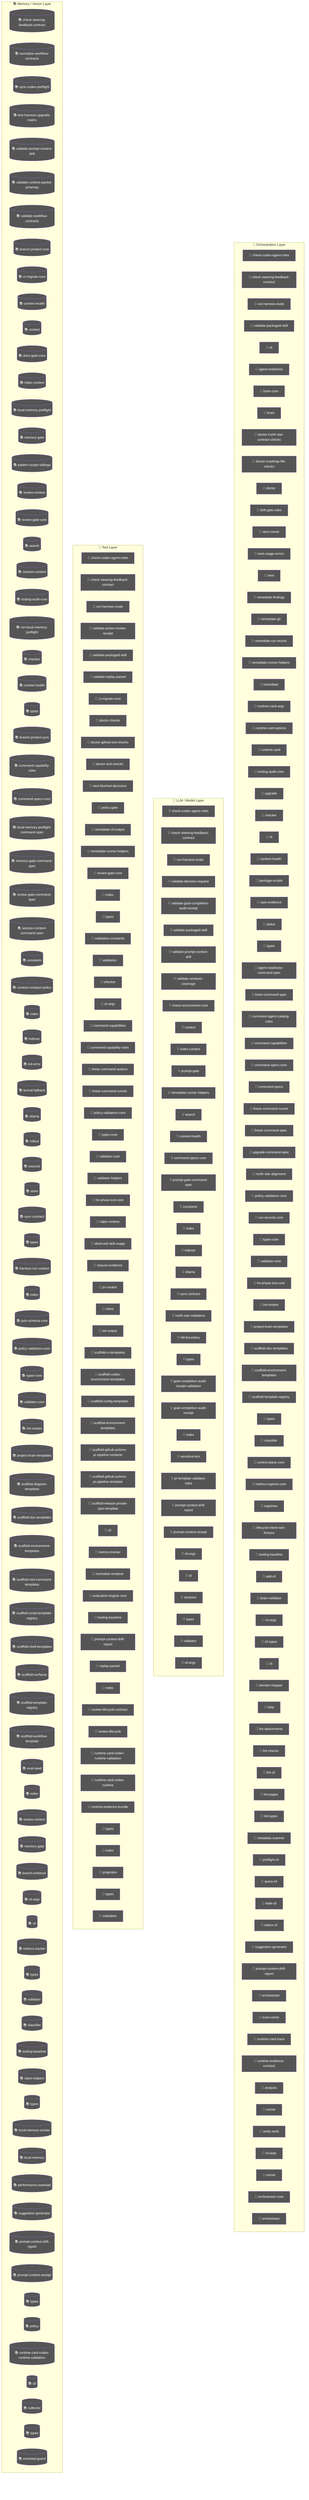
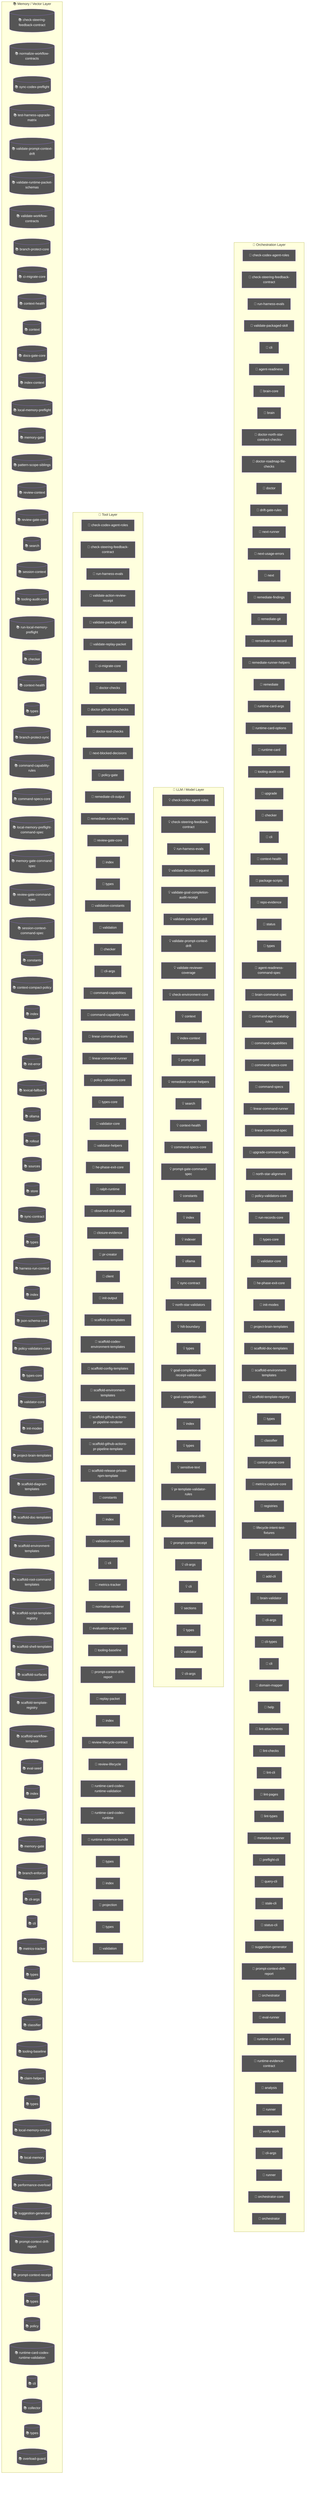
flowchart TD
  subgraph Orchestration["🎯 Orchestration Layer"]
    node_agent_mmd_orchestration_layer_orchestration_chec_7a9f0b64["🤖 check-codex-agent-roles"]
    node_agent_mmd_orchestration_layer_orchestration_chec_7fd47f5c["🤖 check-steering-feedback-contract"]
    node_agent_mmd_orchestration_layer_orchestration_run__18817957["🤖 run-harness-evals"]
    node_agent_mmd_orchestration_layer_orchestration_vali_c01b04be["🤖 validate-packaged-skill"]
    cli_99bb8840["🤖 cli"]
    agent_readiness_c82c68e6["🤖 agent-readiness"]
    brain_core_aa07c380["🤖 brain-core"]
    brain_bbbf7a64["🤖 brain"]
    doctor_north_star_contract_checks_0048124c["🤖 doctor-north-star-contract-checks"]
    doctor_roadmap_file_checks_14447b8e["🤖 doctor-roadmap-file-checks"]
    doctor_72f4be89["🤖 doctor"]
    drift_gate_rules_9685e72d["🤖 drift-gate-rules"]
    next_runner_41643472["🤖 next-runner"]
    next_usage_errors_837a345a["🤖 next-usage-errors"]
    next_c6c1c9a9["🤖 next"]
    remediate_findings_8b09c8c6["🤖 remediate-findings"]
    remediate_git_58c6f6f4["🤖 remediate-git"]
    remediate_run_record_9dfe5dc1["🤖 remediate-run-record"]
    node_agent_mmd_orchestration_layer_orchestration_reme_359fe98f["🤖 remediate-runner-helpers"]
    remediate_06b9c7fc["🤖 remediate"]
    runtime_card_args_2b3d4b28["🤖 runtime-card-args"]
    runtime_card_options_c9156ad5["🤖 runtime-card-options"]
    runtime_card_e06b53e1["🤖 runtime-card"]
    node_agent_mmd_orchestration_layer_orchestration_tool_acfe0c01["🤖 tooling-audit-core"]
    upgrade_7fef9479["🤖 upgrade"]
    node_agent_mmd_orchestration_layer_orchestration_chec_0550c395["🤖 checker"]
    cli_1_084e05fe["🤖 cli"]
    node_agent_mmd_orchestration_layer_orchestration_cont_61b3b9c9["🤖 context-health"]
    package_scripts_3ee6150f["🤖 package-scripts"]
    repo_evidence_38bb1de5["🤖 repo-evidence"]
    status_073c1634["🤖 status"]
    node_agent_mmd_orchestration_layer_orchestration_type_4f906dcc["🤖 types"]
    agent_readiness_command_spec_a30c2c1e["🤖 agent-readiness-command-spec"]
    brain_command_spec_15b122d5["🤖 brain-command-spec"]
    command_agent_catalog_rules_8e06b2af["🤖 command-agent-catalog-rules"]
    node_agent_mmd_orchestration_layer_orchestration_comm_6e41a7f7["🤖 command-capabilities"]
    node_agent_mmd_orchestration_layer_orchestration_comm_1f8cc24c["🤖 command-specs-core"]
    command_specs_69167c63["🤖 command-specs"]
    node_agent_mmd_orchestration_layer_orchestration_line_b67affd5["🤖 linear-command-runner"]
    linear_command_spec_1e12dd44["🤖 linear-command-spec"]
    upgrade_command_spec_03f6c7bd["🤖 upgrade-command-spec"]
    north_star_alignment_00440188["🤖 north-star-alignment"]
    node_agent_mmd_orchestration_layer_orchestration_poli_3270b55d["🤖 policy-validators-core"]
    run_records_core_89286dfa["🤖 run-records-core"]
    node_agent_mmd_orchestration_layer_orchestration_type_7cf81261["🤖 types-core"]
    node_agent_mmd_orchestration_layer_orchestration_vali_d9fe99e6["🤖 validator-core"]
    node_agent_mmd_orchestration_layer_orchestration_he_p_fc778c24["🤖 he-phase-exit-core"]
    node_agent_mmd_orchestration_layer_orchestration_init_2a9c3ecb["🤖 init-modes"]
    node_agent_mmd_orchestration_layer_orchestration_proj_6ab6f60f["🤖 project-brain-templates"]
    node_agent_mmd_orchestration_layer_orchestration_scaf_12cc07db["🤖 scaffold-doc-templates"]
    node_agent_mmd_orchestration_layer_orchestration_scaf_c9a90c2f["🤖 scaffold-environment-templates"]
    node_agent_mmd_orchestration_layer_orchestration_scaf_ff8f92f6["🤖 scaffold-template-registry"]
    types_15_86775c96["🤖 types"]
    node_agent_mmd_orchestration_layer_orchestration_clas_899b821a["🤖 classifier"]
    control_plane_core_db3b4cb2["🤖 control-plane-core"]
    metrics_capture_core_db4bf7cf["🤖 metrics-capture-core"]
    registries_06402afa["🤖 registries"]
    lifecycle_intent_test_fixtures_a53c7ada["🤖 lifecycle-intent-test-fixtures"]
    node_agent_mmd_orchestration_layer_orchestration_tool_cc43149f["🤖 tooling-baseline"]
    add_cli_7614de25["🤖 add-cli"]
    brain_validator_be251832["🤖 brain-validator"]
    cli_args_8_d546936e["🤖 cli-args"]
    cli_types_1686e858["🤖 cli-types"]
    cli_9_b54c1407["🤖 cli"]
    domain_mapper_cd9333d2["🤖 domain-mapper"]
    help_106a5842["🤖 help"]
    lint_attachments_873c0632["🤖 lint-attachments"]
    lint_checks_83522b19["🤖 lint-checks"]
    lint_cli_9ec62ec0["🤖 lint-cli"]
    lint_pages_e33301d0["🤖 lint-pages"]
    lint_types_2862c255["🤖 lint-types"]
    metadata_scanner_6a101b66["🤖 metadata-scanner"]
    preflight_cli_5d148379["🤖 preflight-cli"]
    query_cli_b95be64d["🤖 query-cli"]
    stale_cli_64548720["🤖 stale-cli"]
    status_cli_4c24a0d6["🤖 status-cli"]
    node_agent_mmd_orchestration_layer_orchestration_sugg_85c5ebe3["🤖 suggestion-generator"]
    node_agent_mmd_orchestration_layer_orchestration_prom_d17b4de2["🤖 prompt-context-drift-report"]
    orchestrator_11376b7e["🤖 orchestrator"]
    eval_runner_0966a6b3["🤖 eval-runner"]
    runtime_card_trace_64a5ca95["🤖 runtime-card-trace"]
    runtime_evidence_contract_0f7b15b2["🤖 runtime-evidence-contract"]
    analysis_f44e85c4["🤖 analysis"]
    runner_527aa9f4["🤖 runner"]
    verify_work_1_cd8e7ec3["🤖 verify-work"]
    cli_args_14_3481043e["🤖 cli-args"]
    runner_1_6f281bf8["🤖 runner"]
    orchestrator_core_d0678b53["🤖 orchestrator-core"]
    orchestrator_1_6b7137c5["🤖 orchestrator"]
  end
  subgraph LLMLayer["🧠 LLM / Model Layer"]
    node_agent_mmd_llm_model_layer_llmlayer_check_codex_a_29e7b7fa["💡 check-codex-agent-roles"]
    node_agent_mmd_llm_model_layer_llmlayer_check_steerin_0e1bf90d["💡 check-steering-feedback-contract"]
    node_agent_mmd_llm_model_layer_llmlayer_run_harness_e_603fcfdc["💡 run-harness-evals"]
    validate_decision_request_2e5c325e["💡 validate-decision-request"]
    validate_goal_completion_audit_receipt_100d252c["💡 validate-goal-completion-audit-receipt"]
    node_agent_mmd_llm_model_layer_llmlayer_validate_pack_2a12e1f4["💡 validate-packaged-skill"]
    node_agent_mmd_llm_model_layer_llmlayer_validate_prom_9880f764["💡 validate-prompt-context-drift"]
    validate_reviewer_coverage_251efee3["💡 validate-reviewer-coverage"]
    check_environment_core_2c16213f["💡 check-environment-core"]
    node_agent_mmd_llm_model_layer_llmlayer_context_conte_ad2dfbd9["💡 context"]
    node_agent_mmd_llm_model_layer_llmlayer_index_context_1041bd11["💡 index-context"]
    prompt_gate_c5e9d207["💡 prompt-gate"]
    node_agent_mmd_llm_model_layer_llmlayer_remediate_run_9e3d4585["💡 remediate-runner-helpers"]
    node_agent_mmd_llm_model_layer_llmlayer_search_search_66b9a911["💡 search"]
    node_agent_mmd_llm_model_layer_llmlayer_context_healt_cfc0bfa8["💡 context-health"]
    node_agent_mmd_llm_model_layer_llmlayer_command_specs_782af9fa["💡 command-specs-core"]
    prompt_gate_command_spec_9a941482["💡 prompt-gate-command-spec"]
    node_agent_mmd_llm_model_layer_llmlayer_constants_con_c9bd3f6c["💡 constants"]
    node_agent_mmd_llm_model_layer_llmlayer_index_index_1_02e160ff["💡 index"]
    node_agent_mmd_llm_model_layer_llmlayer_indexer_index_4f4deef5["💡 indexer"]
    node_agent_mmd_llm_model_layer_llmlayer_ollama_ollama_968b23fa["💡 ollama"]
    node_agent_mmd_llm_model_layer_llmlayer_sync_contract_9f3cc8c1["💡 sync-contract"]
    north_star_validators_cfc926ce["💡 north-star-validators"]
    hilt_boundary_9b36fb15["💡 hilt-boundary"]
    types_9_1db4641f["💡 types"]
    goal_completion_audit_receipt_validation_9d0f4891["💡 goal-completion-audit-receipt-validation"]
    goal_completion_audit_receipt_5e4939c3["💡 goal-completion-audit-receipt"]
    index_4_013aa0e3["💡 index"]
+     node_agent_mmd_llm_model_layer_llmlayer_constants_con_c9bd3f6c["💡 constants"]
+     types_16_0fae1112["💡 types"]
    sensitive_text_7c11f760["💡 sensitive-text"]
    pr_template_validator_rules_20a32d6b["💡 pr-template-validator-rules"]
    node_agent_mmd_llm_model_layer_llmlayer_index_index_1_02e160ff["💡 index"]
    node_agent_mmd_llm_model_layer_llmlayer_prompt_contex_81f9066a["💡 prompt-context-drift-report"]
    node_agent_mmd_llm_model_layer_llmlayer_index_index_1_02e160ff["💡 index"]
    node_agent_mmd_llm_model_layer_llmlayer_prompt_contex_6426acc2["💡 prompt-context-receipt"]
    cli_args_9_9c136878["💡 cli-args"]
    cli_10_35dc8cbd["💡 cli"]
    sections_4697ef32["💡 sections"]
-     types_25_89d086aa["💡 types"]
+     types_26_a5814179["💡 types"]
    validator_6_3688adbf["💡 validator"]
    cli_args_10_861cdd3f["💡 cli-args"]
  end
  subgraph ToolLayer["🔧 Tool Layer"]
    node_agent_mmd_tool_layer_toollayer_check_codex_agent_4b361d5a["🔧 check-codex-agent-roles"]
    node_agent_mmd_tool_layer_toollayer_check_steering_fe_eafecf3a["🔧 check-steering-feedback-contract"]
    node_agent_mmd_tool_layer_toollayer_run_harness_evals_e2ee24f1["🔧 run-harness-evals"]
    validate_action_review_receipt_fa2f06c3["🔧 validate-action-review-receipt"]
    node_agent_mmd_tool_layer_toollayer_validate_packaged_2855c827["🔧 validate-packaged-skill"]
    validate_replay_packet_f309747e["🔧 validate-replay-packet"]
    node_agent_mmd_tool_layer_toollayer_ci_migrate_core_c_049f8460["🔧 ci-migrate-core"]
    doctor_checks_5a2eb2b9["🔧 doctor-checks"]
    doctor_github_tool_checks_a53b0382["🔧 doctor-github-tool-checks"]
    doctor_tool_checks_4acac51a["🔧 doctor-tool-checks"]
    next_blocked_decisions_4140ad2b["🔧 next-blocked-decisions"]
    policy_gate_213f7313["🔧 policy-gate"]
    remediate_cli_output_cc165396["🔧 remediate-cli-output"]
    node_agent_mmd_tool_layer_toollayer_remediate_runner__c003b871["🔧 remediate-runner-helpers"]
    node_agent_mmd_tool_layer_toollayer_review_gate_core__7704598b["🔧 review-gate-core"]
    index_1bc04b52["🔧 index"]
    types_1_4ecdf56e["🔧 types"]
    validation_constants_e002a0f6["🔧 validation-constants"]
    validation_98c41dcd["🔧 validation"]
    node_agent_mmd_tool_layer_toollayer_checker_checker_2_453d593b["🔧 checker"]
    cli_args_1_6144b055["🔧 cli-args"]
    node_agent_mmd_tool_layer_toollayer_command_capabilit_7fe13db1["🔧 command-capabilities"]
    node_agent_mmd_tool_layer_toollayer_command_capabilit_e97a4615["🔧 command-capability-rules"]
    linear_command_actions_e430f4f4["🔧 linear-command-actions"]
    node_agent_mmd_tool_layer_toollayer_linear_command_ru_d6763748["🔧 linear-command-runner"]
    node_agent_mmd_tool_layer_toollayer_policy_validators_af136abf["🔧 policy-validators-core"]
    node_agent_mmd_tool_layer_toollayer_types_core_types__6c8319b6["🔧 types-core"]
    node_agent_mmd_tool_layer_toollayer_validator_core_va_6ef6131f["🔧 validator-core"]
    validator_helpers_7b927667["🔧 validator-helpers"]
    node_agent_mmd_tool_layer_toollayer_he_phase_exit_cor_af016160["🔧 he-phase-exit-core"]
    ralph_runtime_73d63c0e["🔧 ralph-runtime"]
    observed_skill_usage_ed7d5930["🔧 observed-skill-usage"]
    closure_evidence_aaa31467["🔧 closure-evidence"]
    pr_creator_dc6b1ea4["🔧 pr-creator"]
    client_948fe603["🔧 client"]
    init_output_360dce91["🔧 init-output"]
    scaffold_ci_templates_2afd6392["🔧 scaffold-ci-templates"]
    scaffold_codex_environment_templates_334fbbed["🔧 scaffold-codex-environment-templates"]
    scaffold_config_templates_4b80ce53["🔧 scaffold-config-templates"]
    node_agent_mmd_tool_layer_toollayer_scaffold_environm_c1afc013["🔧 scaffold-environment-templates"]
    scaffold_github_actions_pr_pipeline_renderer_1ee18de5["🔧 scaffold-github-actions-pr-pipeline-renderer"]
    scaffold_github_actions_pr_pipeline_template_e2b85f62["🔧 scaffold-github-actions-pr-pipeline-template"]
    scaffold_release_private_npm_template_075499f8["🔧 scaffold-release-private-npm-template"]
+     node_agent_mmd_tool_layer_toollayer_constants_constan_9d71b829["🔧 constants"]
+     index_8_6f0f20ec["🔧 index"]
+     validation_common_6161e48b["🔧 validation-common"]
    node_agent_mmd_tool_layer_toollayer_cli_cli_2_1_32d9eeaf["🔧 cli"]
    node_agent_mmd_tool_layer_toollayer_metrics_tracker_m_4c9237d8["🔧 metrics-tracker"]
    normalise_renderer_85f2e563["🔧 normalise-renderer"]
    evaluation_engine_core_e054fe49["🔧 evaluation-engine-core"]
    node_agent_mmd_tool_layer_toollayer_tooling_baseline__61e66e9f["🔧 tooling-baseline"]
    node_agent_mmd_tool_layer_toollayer_prompt_context_dr_a2772f2b["🔧 prompt-context-drift-report"]
    replay_packet_a1293f88["🔧 replay-packet"]
-     index_12_762ec91b["🔧 index"]
+     index_13_97df39c8["🔧 index"]
    review_lifecycle_contract_e5447221["🔧 review-lifecycle-contract"]
    review_lifecycle_89afa64c["🔧 review-lifecycle"]
    node_agent_mmd_tool_layer_toollayer_runtime_card_code_3636ceac["🔧 runtime-card-codex-runtime-validation"]
    runtime_card_codex_runtime_0655e230["🔧 runtime-card-codex-runtime"]
    runtime_evidence_bundle_d471a232["🔧 runtime-evidence-bundle"]
-     types_34_85e6a0bb["🔧 types"]
-     index_15_99636ec5["🔧 index"]
+     types_35_93e66c64["🔧 types"]
+     index_16_373c8a49["🔧 index"]
    projection_1b250ea1["🔧 projection"]
-     types_36_674380ec["🔧 types"]
-     validation_6_097a7ce3["🔧 validation"]
+     types_37_32ccf9f9["🔧 types"]
+     validation_7_c4e6d8b6["🔧 validation"]
  end
  subgraph MemoryLayer["📚 Memory / Vector Layer"]
    node_agent_mmd_memory_vector_layer_memorylayer_check__64c86928[("📚 check-steering-feedback-contract")]
    normalize_workflow_contracts_8701f1c8[("📚 normalize-workflow-contracts")]
    sync_codex_preflight_7e7a8dc2[("📚 sync-codex-preflight")]
    test_harness_upgrade_matrix_84113c4e[("📚 test-harness-upgrade-matrix")]
    node_agent_mmd_memory_vector_layer_memorylayer_valida_c52c4db8[("📚 validate-prompt-context-drift")]
    validate_runtime_packet_schemas_bc3ba8ec[("📚 validate-runtime-packet-schemas")]
    validate_workflow_contracts_33dc063c[("📚 validate-workflow-contracts")]
    branch_protect_core_a8feb0fd[("📚 branch-protect-core")]
    node_agent_mmd_memory_vector_layer_memorylayer_ci_mig_0cd5b1a4[("📚 ci-migrate-core")]
    context_health_80bb7da9[("📚 context-health")]
    node_agent_mmd_memory_vector_layer_memorylayer_contex_78ceaaa9[("📚 context")]
    docs_gate_core_eb9b6c18[("📚 docs-gate-core")]
    node_agent_mmd_memory_vector_layer_memorylayer_index__6f3402d0[("📚 index-context")]
    local_memory_preflight_dcc36c42[("📚 local-memory-preflight")]
    memory_gate_a577a506[("📚 memory-gate")]
    pattern_scope_siblings_43abe000[("📚 pattern-scope-siblings")]
    review_context_ca6cf81d[("📚 review-context")]
    node_agent_mmd_memory_vector_layer_memorylayer_review_5bee9816[("📚 review-gate-core")]
    node_agent_mmd_memory_vector_layer_memorylayer_search_ac35cb7e[("📚 search")]
    session_context_e5ec72c0[("📚 session-context")]
    node_agent_mmd_memory_vector_layer_memorylayer_toolin_a1185b8f[("📚 tooling-audit-core")]
    run_local_memory_preflight_36e92808[("📚 run-local-memory-preflight")]
    node_agent_mmd_memory_vector_layer_memorylayer_checke_a583eb4f[("📚 checker")]
    node_agent_mmd_memory_vector_layer_memorylayer_contex_3204aa0e[("📚 context-health")]
    node_agent_mmd_memory_vector_layer_memorylayer_types__9ad640a0[("📚 types")]
    branch_protect_sync_570adb18[("📚 branch-protect-sync")]
    node_agent_mmd_memory_vector_layer_memorylayer_comman_c72a5d05[("📚 command-capability-rules")]
    node_agent_mmd_memory_vector_layer_memorylayer_comman_111eb454[("📚 command-specs-core")]
    local_memory_preflight_command_spec_9e23f3ce[("📚 local-memory-preflight-command-spec")]
    memory_gate_command_spec_dc9001a9[("📚 memory-gate-command-spec")]
    review_gate_command_spec_3187376a[("📚 review-gate-command-spec")]
    session_context_command_spec_973afbb1[("📚 session-context-command-spec")]
    node_agent_mmd_memory_vector_layer_memorylayer_consta_702d3f46[("📚 constants")]
    context_compact_policy_3dcaf95d[("📚 context-compact-policy")]
    node_agent_mmd_memory_vector_layer_memorylayer_index__752bc61e[("📚 index")]
    node_agent_mmd_memory_vector_layer_memorylayer_indexe_93e6d86f[("📚 indexer")]
    init_error_5c7dd49f[("📚 init-error")]
    lexical_fallback_723e2b3e[("📚 lexical-fallback")]
    node_agent_mmd_memory_vector_layer_memorylayer_ollama_6d51be16[("📚 ollama")]
    rollout_a4fa034c[("📚 rollout")]
    sources_878a52fc[("📚 sources")]
    store_824d80d7[("📚 store")]
    node_agent_mmd_memory_vector_layer_memorylayer_sync_c_e43418bc[("📚 sync-contract")]
    types_7_2f1ed65e[("📚 types")]
    harness_run_context_ac7c77a9[("📚 harness-run-context")]
    index_3_7e40d474[("📚 index")]
    json_schema_core_96d7e328[("📚 json-schema-core")]
    node_agent_mmd_memory_vector_layer_memorylayer_policy_1944de42[("📚 policy-validators-core")]
    node_agent_mmd_memory_vector_layer_memorylayer_types__83f369fa[("📚 types-core")]
    node_agent_mmd_memory_vector_layer_memorylayer_valida_41034356[("📚 validator-core")]
    node_agent_mmd_memory_vector_layer_memorylayer_init_m_333d02c5[("📚 init-modes")]
    node_agent_mmd_memory_vector_layer_memorylayer_projec_3ae304d9[("📚 project-brain-templates")]
    scaffold_diagram_templates_dd88e83c[("📚 scaffold-diagram-templates")]
    node_agent_mmd_memory_vector_layer_memorylayer_scaffo_5fd73b94[("📚 scaffold-doc-templates")]
    node_agent_mmd_memory_vector_layer_memorylayer_scaffo_12b42341[("📚 scaffold-environment-templates")]
    scaffold_root_command_templates_404fed7f[("📚 scaffold-root-command-templates")]
    scaffold_script_template_registry_69312d4e[("📚 scaffold-script-template-registry")]
    scaffold_shell_templates_0ad0f915[("📚 scaffold-shell-templates")]
    scaffold_surfaces_12d6494e[("📚 scaffold-surfaces")]
    node_agent_mmd_memory_vector_layer_memorylayer_scaffo_a86eece1[("📚 scaffold-template-registry")]
    scaffold_workflow_template_92310587[("📚 scaffold-workflow-template")]
    eval_seed_5699fd3e[("📚 eval-seed")]
-     index_8_6f0f20ec[("📚 index")]
+     index_9_32dd4d91[("📚 index")]
    review_context_1_e3afed15[("📚 review-context")]
    memory_gate_1_265164ac[("📚 memory-gate")]
    branch_enforcer_acb749cd[("📚 branch-enforcer")]
    cli_args_5_09ea29f0[("📚 cli-args")]
    node_agent_mmd_memory_vector_layer_memorylayer_cli_cl_1f1f89ab[("📚 cli")]
    node_agent_mmd_memory_vector_layer_memorylayer_metric_12562178[("📚 metrics-tracker")]
-     types_17_ed30531c[("📚 types")]
+     types_18_37582e2a[("📚 types")]
    validator_4_5180cf23[("📚 validator")]
    node_agent_mmd_memory_vector_layer_memorylayer_classi_1ebbf5ff[("📚 classifier")]
    node_agent_mmd_memory_vector_layer_memorylayer_toolin_14f86b00[("📚 tooling-baseline")]
    claim_helpers_20dc8387[("📚 claim-helpers")]
-     types_22_f3cf4a73[("📚 types")]
+     types_23_4352ee2e[("📚 types")]
    local_memory_smoke_1175abfc[("📚 local-memory-smoke")]
    local_memory_0db17ecc[("📚 local-memory")]
    performance_overload_c685bfcf[("📚 performance-overload")]
    node_agent_mmd_memory_vector_layer_memorylayer_sugges_267f408d[("📚 suggestion-generator")]
    node_agent_mmd_memory_vector_layer_memorylayer_index__752bc61e[("📚 index")]
    node_agent_mmd_memory_vector_layer_memorylayer_prompt_ae34fc43[("📚 prompt-context-drift-report")]
    node_agent_mmd_memory_vector_layer_memorylayer_index__752bc61e[("📚 index")]
    node_agent_mmd_memory_vector_layer_memorylayer_prompt_55c0d605[("📚 prompt-context-receipt")]
-     types_29_929d5a70[("📚 types")]
+     types_30_424b976c[("📚 types")]
    policy_1_fc4198db[("📚 policy")]
    node_agent_mmd_memory_vector_layer_memorylayer_runtim_a5d23e7f[("📚 runtime-card-codex-runtime-validation")]
    cli_11_338a8415[("📚 cli")]
    collector_0736fd5b[("📚 collector")]
-     types_32_bfe791ff[("📚 types")]
+     types_33_16e22a82[("📚 types")]
    overload_guard_2748c559[("📚 overload-guard")]
  end
  classDef agentNode fill:#555,color:#fff
  class node_agent_mmd_orchestration_layer_orchestration_chec_7a9f0b64,node_agent_mmd_llm_model_layer_llmlayer_check_codex_a_29e7b7fa,node_agent_mmd_tool_layer_toollayer_check_codex_agent_4b361d5a,node_agent_mmd_orchestration_layer_orchestration_chec_7fd47f5c,node_agent_mmd_llm_model_layer_llmlayer_check_steerin_0e1bf90d,node_agent_mmd_tool_layer_toollayer_check_steering_fe_eafecf3a,node_agent_mmd_memory_vector_layer_memorylayer_check__64c86928,node_agent_mmd_orchestration_layer_orchestration_run__18817957,node_agent_mmd_llm_model_layer_llmlayer_run_harness_e_603fcfdc,node_agent_mmd_tool_layer_toollayer_run_harness_evals_e2ee24f1,node_agent_mmd_orchestration_layer_orchestration_vali_c01b04be,node_agent_mmd_llm_model_layer_llmlayer_validate_pack_2a12e1f4,node_agent_mmd_tool_layer_toollayer_validate_packaged_2855c827,cli_99bb8840,agent_readiness_c82c68e6,brain_core_aa07c380,brain_bbbf7a64,doctor_north_star_contract_checks_0048124c,doctor_roadmap_file_checks_14447b8e,doctor_72f4be89,drift_gate_rules_9685e72d,next_runner_41643472,next_usage_errors_837a345a,next_c6c1c9a9,remediate_findings_8b09c8c6,remediate_git_58c6f6f4,remediate_run_record_9dfe5dc1,node_agent_mmd_orchestration_layer_orchestration_reme_359fe98f,node_agent_mmd_llm_model_layer_llmlayer_remediate_run_9e3d4585,node_agent_mmd_tool_layer_toollayer_remediate_runner__c003b871,remediate_06b9c7fc,runtime_card_args_2b3d4b28,runtime_card_options_c9156ad5,runtime_card_e06b53e1,node_agent_mmd_orchestration_layer_orchestration_tool_acfe0c01,node_agent_mmd_memory_vector_layer_memorylayer_toolin_a1185b8f,upgrade_7fef9479,node_agent_mmd_orchestration_layer_orchestration_chec_0550c395,node_agent_mmd_tool_layer_toollayer_checker_checker_2_453d593b,node_agent_mmd_memory_vector_layer_memorylayer_checke_a583eb4f,cli_1_084e05fe,node_agent_mmd_orchestration_layer_orchestration_cont_61b3b9c9,node_agent_mmd_llm_model_layer_llmlayer_context_healt_cfc0bfa8,node_agent_mmd_memory_vector_layer_memorylayer_contex_3204aa0e,package_scripts_3ee6150f,repo_evidence_38bb1de5,status_073c1634,node_agent_mmd_orchestration_layer_orchestration_type_4f906dcc,node_agent_mmd_memory_vector_layer_memorylayer_types__9ad640a0,agent_readiness_command_spec_a30c2c1e,brain_command_spec_15b122d5,command_agent_catalog_rules_8e06b2af,node_agent_mmd_orchestration_layer_orchestration_comm_6e41a7f7,node_agent_mmd_tool_layer_toollayer_command_capabilit_7fe13db1,node_agent_mmd_orchestration_layer_orchestration_comm_1f8cc24c,node_agent_mmd_llm_model_layer_llmlayer_command_specs_782af9fa,node_agent_mmd_memory_vector_layer_memorylayer_comman_111eb454,command_specs_69167c63,node_agent_mmd_orchestration_layer_orchestration_line_b67affd5,node_agent_mmd_tool_layer_toollayer_linear_command_ru_d6763748,linear_command_spec_1e12dd44,upgrade_command_spec_03f6c7bd,north_star_alignment_00440188,node_agent_mmd_orchestration_layer_orchestration_poli_3270b55d,node_agent_mmd_tool_layer_toollayer_policy_validators_af136abf,node_agent_mmd_memory_vector_layer_memorylayer_policy_1944de42,run_records_core_89286dfa,node_agent_mmd_orchestration_layer_orchestration_type_7cf81261,node_agent_mmd_tool_layer_toollayer_types_core_types__6c8319b6,node_agent_mmd_memory_vector_layer_memorylayer_types__83f369fa,node_agent_mmd_orchestration_layer_orchestration_vali_d9fe99e6,node_agent_mmd_tool_layer_toollayer_validator_core_va_6ef6131f,node_agent_mmd_memory_vector_layer_memorylayer_valida_41034356,node_agent_mmd_orchestration_layer_orchestration_he_p_fc778c24,node_agent_mmd_tool_layer_toollayer_he_phase_exit_cor_af016160,node_agent_mmd_orchestration_layer_orchestration_init_2a9c3ecb,node_agent_mmd_memory_vector_layer_memorylayer_init_m_333d02c5,node_agent_mmd_orchestration_layer_orchestration_proj_6ab6f60f,node_agent_mmd_memory_vector_layer_memorylayer_projec_3ae304d9,node_agent_mmd_orchestration_layer_orchestration_scaf_12cc07db,node_agent_mmd_memory_vector_layer_memorylayer_scaffo_5fd73b94,node_agent_mmd_orchestration_layer_orchestration_scaf_c9a90c2f,node_agent_mmd_tool_layer_toollayer_scaffold_environm_c1afc013,node_agent_mmd_memory_vector_layer_memorylayer_scaffo_12b42341,node_agent_mmd_orchestration_layer_orchestration_scaf_ff8f92f6,node_agent_mmd_memory_vector_layer_memorylayer_scaffo_a86eece1,types_15_86775c96,node_agent_mmd_orchestration_layer_orchestration_clas_899b821a,node_agent_mmd_memory_vector_layer_memorylayer_classi_1ebbf5ff,control_plane_core_db3b4cb2,metrics_capture_core_db4bf7cf,registries_06402afa,lifecycle_intent_test_fixtures_a53c7ada,node_agent_mmd_orchestration_layer_orchestration_tool_cc43149f,node_agent_mmd_tool_layer_toollayer_tooling_baseline__61e66e9f,node_agent_mmd_memory_vector_layer_memorylayer_toolin_14f86b00,add_cli_7614de25,brain_validator_be251832,cli_args_8_d546936e,cli_types_1686e858,cli_9_b54c1407,domain_mapper_cd9333d2,help_106a5842,lint_attachments_873c0632,lint_checks_83522b19,lint_cli_9ec62ec0,lint_pages_e33301d0,lint_types_2862c255,metadata_scanner_6a101b66,preflight_cli_5d148379,query_cli_b95be64d,stale_cli_64548720,status_cli_4c24a0d6,node_agent_mmd_orchestration_layer_orchestration_sugg_85c5ebe3,node_agent_mmd_memory_vector_layer_memorylayer_sugges_267f408d,node_agent_mmd_orchestration_layer_orchestration_prom_d17b4de2,node_agent_mmd_llm_model_layer_llmlayer_prompt_contex_81f9066a,node_agent_mmd_tool_layer_toollayer_prompt_context_dr_a2772f2b,node_agent_mmd_memory_vector_layer_memorylayer_prompt_ae34fc43,orchestrator_11376b7e,eval_runner_0966a6b3,runtime_card_trace_64a5ca95,runtime_evidence_contract_0f7b15b2,analysis_f44e85c4,runner_527aa9f4,verify_work_1_cd8e7ec3,cli_args_14_3481043e,runner_1_6f281bf8,orchestrator_core_d0678b53,orchestrator_1_6b7137c5 agentNode
  classDef llmNode fill:#555,color:#fff
-   class node_agent_mmd_orchestration_layer_orchestration_chec_7a9f0b64,node_agent_mmd_llm_model_layer_llmlayer_check_codex_a_29e7b7fa,node_agent_mmd_tool_layer_toollayer_check_codex_agent_4b361d5a,node_agent_mmd_orchestration_layer_orchestration_chec_7fd47f5c,node_agent_mmd_llm_model_layer_llmlayer_check_steerin_0e1bf90d,node_agent_mmd_tool_layer_toollayer_check_steering_fe_eafecf3a,node_agent_mmd_memory_vector_layer_memorylayer_check__64c86928,node_agent_mmd_orchestration_layer_orchestration_run__18817957,node_agent_mmd_llm_model_layer_llmlayer_run_harness_e_603fcfdc,node_agent_mmd_tool_layer_toollayer_run_harness_evals_e2ee24f1,validate_decision_request_2e5c325e,validate_goal_completion_audit_receipt_100d252c,node_agent_mmd_orchestration_layer_orchestration_vali_c01b04be,node_agent_mmd_llm_model_layer_llmlayer_validate_pack_2a12e1f4,node_agent_mmd_tool_layer_toollayer_validate_packaged_2855c827,node_agent_mmd_llm_model_layer_llmlayer_validate_prom_9880f764,node_agent_mmd_memory_vector_layer_memorylayer_valida_c52c4db8,validate_reviewer_coverage_251efee3,check_environment_core_2c16213f,node_agent_mmd_llm_model_layer_llmlayer_context_conte_ad2dfbd9,node_agent_mmd_memory_vector_layer_memorylayer_contex_78ceaaa9,node_agent_mmd_llm_model_layer_llmlayer_index_context_1041bd11,node_agent_mmd_memory_vector_layer_memorylayer_index__6f3402d0,prompt_gate_c5e9d207,node_agent_mmd_orchestration_layer_orchestration_reme_359fe98f,node_agent_mmd_llm_model_layer_llmlayer_remediate_run_9e3d4585,node_agent_mmd_tool_layer_toollayer_remediate_runner__c003b871,node_agent_mmd_llm_model_layer_llmlayer_search_search_66b9a911,node_agent_mmd_memory_vector_layer_memorylayer_search_ac35cb7e,node_agent_mmd_orchestration_layer_orchestration_cont_61b3b9c9,node_agent_mmd_llm_model_layer_llmlayer_context_healt_cfc0bfa8,node_agent_mmd_memory_vector_layer_memorylayer_contex_3204aa0e,node_agent_mmd_orchestration_layer_orchestration_comm_1f8cc24c,node_agent_mmd_llm_model_layer_llmlayer_command_specs_782af9fa,node_agent_mmd_memory_vector_layer_memorylayer_comman_111eb454,prompt_gate_command_spec_9a941482,node_agent_mmd_llm_model_layer_llmlayer_constants_con_c9bd3f6c,node_agent_mmd_memory_vector_layer_memorylayer_consta_702d3f46,node_agent_mmd_llm_model_layer_llmlayer_index_index_1_02e160ff,node_agent_mmd_memory_vector_layer_memorylayer_index__752bc61e,node_agent_mmd_llm_model_layer_llmlayer_indexer_index_4f4deef5,node_agent_mmd_memory_vector_layer_memorylayer_indexe_93e6d86f,node_agent_mmd_llm_model_layer_llmlayer_ollama_ollama_968b23fa,node_agent_mmd_memory_vector_layer_memorylayer_ollama_6d51be16,node_agent_mmd_llm_model_layer_llmlayer_sync_contract_9f3cc8c1,node_agent_mmd_memory_vector_layer_memorylayer_sync_c_e43418bc,north_star_validators_cfc926ce,hilt_boundary_9b36fb15,types_9_1db4641f,goal_completion_audit_receipt_validation_9d0f4891,goal_completion_audit_receipt_5e4939c3,index_4_013aa0e3,sensitive_text_7c11f760,pr_template_validator_rules_20a32d6b,node_agent_mmd_orchestration_layer_orchestration_prom_d17b4de2,node_agent_mmd_llm_model_layer_llmlayer_prompt_contex_81f9066a,node_agent_mmd_tool_layer_toollayer_prompt_context_dr_a2772f2b,node_agent_mmd_memory_vector_layer_memorylayer_prompt_ae34fc43,node_agent_mmd_llm_model_layer_llmlayer_prompt_contex_6426acc2,node_agent_mmd_memory_vector_layer_memorylayer_prompt_55c0d605,cli_args_9_9c136878,cli_10_35dc8cbd,sections_4697ef32,types_25_89d086aa,validator_6_3688adbf,cli_args_10_861cdd3f llmNode
+   class node_agent_mmd_orchestration_layer_orchestration_chec_7a9f0b64,node_agent_mmd_llm_model_layer_llmlayer_check_codex_a_29e7b7fa,node_agent_mmd_tool_layer_toollayer_check_codex_agent_4b361d5a,node_agent_mmd_orchestration_layer_orchestration_chec_7fd47f5c,node_agent_mmd_llm_model_layer_llmlayer_check_steerin_0e1bf90d,node_agent_mmd_tool_layer_toollayer_check_steering_fe_eafecf3a,node_agent_mmd_memory_vector_layer_memorylayer_check__64c86928,node_agent_mmd_orchestration_layer_orchestration_run__18817957,node_agent_mmd_llm_model_layer_llmlayer_run_harness_e_603fcfdc,node_agent_mmd_tool_layer_toollayer_run_harness_evals_e2ee24f1,validate_decision_request_2e5c325e,validate_goal_completion_audit_receipt_100d252c,node_agent_mmd_orchestration_layer_orchestration_vali_c01b04be,node_agent_mmd_llm_model_layer_llmlayer_validate_pack_2a12e1f4,node_agent_mmd_tool_layer_toollayer_validate_packaged_2855c827,node_agent_mmd_llm_model_layer_llmlayer_validate_prom_9880f764,node_agent_mmd_memory_vector_layer_memorylayer_valida_c52c4db8,validate_reviewer_coverage_251efee3,check_environment_core_2c16213f,node_agent_mmd_llm_model_layer_llmlayer_context_conte_ad2dfbd9,node_agent_mmd_memory_vector_layer_memorylayer_contex_78ceaaa9,node_agent_mmd_llm_model_layer_llmlayer_index_context_1041bd11,node_agent_mmd_memory_vector_layer_memorylayer_index__6f3402d0,prompt_gate_c5e9d207,node_agent_mmd_orchestration_layer_orchestration_reme_359fe98f,node_agent_mmd_llm_model_layer_llmlayer_remediate_run_9e3d4585,node_agent_mmd_tool_layer_toollayer_remediate_runner__c003b871,node_agent_mmd_llm_model_layer_llmlayer_search_search_66b9a911,node_agent_mmd_memory_vector_layer_memorylayer_search_ac35cb7e,node_agent_mmd_orchestration_layer_orchestration_cont_61b3b9c9,node_agent_mmd_llm_model_layer_llmlayer_context_healt_cfc0bfa8,node_agent_mmd_memory_vector_layer_memorylayer_contex_3204aa0e,node_agent_mmd_orchestration_layer_orchestration_comm_1f8cc24c,node_agent_mmd_llm_model_layer_llmlayer_command_specs_782af9fa,node_agent_mmd_memory_vector_layer_memorylayer_comman_111eb454,prompt_gate_command_spec_9a941482,node_agent_mmd_llm_model_layer_llmlayer_constants_con_c9bd3f6c,node_agent_mmd_memory_vector_layer_memorylayer_consta_702d3f46,node_agent_mmd_llm_model_layer_llmlayer_index_index_1_02e160ff,node_agent_mmd_memory_vector_layer_memorylayer_index__752bc61e,node_agent_mmd_llm_model_layer_llmlayer_indexer_index_4f4deef5,node_agent_mmd_memory_vector_layer_memorylayer_indexe_93e6d86f,node_agent_mmd_llm_model_layer_llmlayer_ollama_ollama_968b23fa,node_agent_mmd_memory_vector_layer_memorylayer_ollama_6d51be16,node_agent_mmd_llm_model_layer_llmlayer_sync_contract_9f3cc8c1,node_agent_mmd_memory_vector_layer_memorylayer_sync_c_e43418bc,north_star_validators_cfc926ce,hilt_boundary_9b36fb15,types_9_1db4641f,goal_completion_audit_receipt_validation_9d0f4891,goal_completion_audit_receipt_5e4939c3,index_4_013aa0e3,node_agent_mmd_tool_layer_toollayer_constants_constan_9d71b829,types_16_0fae1112,sensitive_text_7c11f760,pr_template_validator_rules_20a32d6b,node_agent_mmd_orchestration_layer_orchestration_prom_d17b4de2,node_agent_mmd_llm_model_layer_llmlayer_prompt_contex_81f9066a,node_agent_mmd_tool_layer_toollayer_prompt_context_dr_a2772f2b,node_agent_mmd_memory_vector_layer_memorylayer_prompt_ae34fc43,node_agent_mmd_llm_model_layer_llmlayer_prompt_contex_6426acc2,node_agent_mmd_memory_vector_layer_memorylayer_prompt_55c0d605,cli_args_9_9c136878,cli_10_35dc8cbd,sections_4697ef32,types_26_a5814179,validator_6_3688adbf,cli_args_10_861cdd3f llmNode
  classDef toolNode fill:#555,color:#fff
-   class node_agent_mmd_orchestration_layer_orchestration_chec_7a9f0b64,node_agent_mmd_llm_model_layer_llmlayer_check_codex_a_29e7b7fa,node_agent_mmd_tool_layer_toollayer_check_codex_agent_4b361d5a,node_agent_mmd_orchestration_layer_orchestration_chec_7fd47f5c,node_agent_mmd_llm_model_layer_llmlayer_check_steerin_0e1bf90d,node_agent_mmd_tool_layer_toollayer_check_steering_fe_eafecf3a,node_agent_mmd_memory_vector_layer_memorylayer_check__64c86928,node_agent_mmd_orchestration_layer_orchestration_run__18817957,node_agent_mmd_llm_model_layer_llmlayer_run_harness_e_603fcfdc,node_agent_mmd_tool_layer_toollayer_run_harness_evals_e2ee24f1,validate_action_review_receipt_fa2f06c3,node_agent_mmd_orchestration_layer_orchestration_vali_c01b04be,node_agent_mmd_llm_model_layer_llmlayer_validate_pack_2a12e1f4,node_agent_mmd_tool_layer_toollayer_validate_packaged_2855c827,validate_replay_packet_f309747e,node_agent_mmd_tool_layer_toollayer_ci_migrate_core_c_049f8460,node_agent_mmd_memory_vector_layer_memorylayer_ci_mig_0cd5b1a4,doctor_checks_5a2eb2b9,doctor_github_tool_checks_a53b0382,doctor_tool_checks_4acac51a,next_blocked_decisions_4140ad2b,policy_gate_213f7313,remediate_cli_output_cc165396,node_agent_mmd_orchestration_layer_orchestration_reme_359fe98f,node_agent_mmd_llm_model_layer_llmlayer_remediate_run_9e3d4585,node_agent_mmd_tool_layer_toollayer_remediate_runner__c003b871,node_agent_mmd_tool_layer_toollayer_review_gate_core__7704598b,node_agent_mmd_memory_vector_layer_memorylayer_review_5bee9816,index_1bc04b52,types_1_4ecdf56e,validation_constants_e002a0f6,validation_98c41dcd,node_agent_mmd_orchestration_layer_orchestration_chec_0550c395,node_agent_mmd_tool_layer_toollayer_checker_checker_2_453d593b,node_agent_mmd_memory_vector_layer_memorylayer_checke_a583eb4f,cli_args_1_6144b055,node_agent_mmd_orchestration_layer_orchestration_comm_6e41a7f7,node_agent_mmd_tool_layer_toollayer_command_capabilit_7fe13db1,node_agent_mmd_tool_layer_toollayer_command_capabilit_e97a4615,node_agent_mmd_memory_vector_layer_memorylayer_comman_c72a5d05,linear_command_actions_e430f4f4,node_agent_mmd_orchestration_layer_orchestration_line_b67affd5,node_agent_mmd_tool_layer_toollayer_linear_command_ru_d6763748,node_agent_mmd_orchestration_layer_orchestration_poli_3270b55d,node_agent_mmd_tool_layer_toollayer_policy_validators_af136abf,node_agent_mmd_memory_vector_layer_memorylayer_policy_1944de42,node_agent_mmd_orchestration_layer_orchestration_type_7cf81261,node_agent_mmd_tool_layer_toollayer_types_core_types__6c8319b6,node_agent_mmd_memory_vector_layer_memorylayer_types__83f369fa,node_agent_mmd_orchestration_layer_orchestration_vali_d9fe99e6,node_agent_mmd_tool_layer_toollayer_validator_core_va_6ef6131f,node_agent_mmd_memory_vector_layer_memorylayer_valida_41034356,validator_helpers_7b927667,node_agent_mmd_orchestration_layer_orchestration_he_p_fc778c24,node_agent_mmd_tool_layer_toollayer_he_phase_exit_cor_af016160,ralph_runtime_73d63c0e,observed_skill_usage_ed7d5930,closure_evidence_aaa31467,pr_creator_dc6b1ea4,client_948fe603,init_output_360dce91,scaffold_ci_templates_2afd6392,scaffold_codex_environment_templates_334fbbed,scaffold_config_templates_4b80ce53,node_agent_mmd_orchestration_layer_orchestration_scaf_c9a90c2f,node_agent_mmd_tool_layer_toollayer_scaffold_environm_c1afc013,node_agent_mmd_memory_vector_layer_memorylayer_scaffo_12b42341,scaffold_github_actions_pr_pipeline_renderer_1ee18de5,scaffold_github_actions_pr_pipeline_template_e2b85f62,scaffold_release_private_npm_template_075499f8,node_agent_mmd_tool_layer_toollayer_cli_cli_2_1_32d9eeaf,node_agent_mmd_memory_vector_layer_memorylayer_cli_cl_1f1f89ab,node_agent_mmd_tool_layer_toollayer_metrics_tracker_m_4c9237d8,node_agent_mmd_memory_vector_layer_memorylayer_metric_12562178,normalise_renderer_85f2e563,evaluation_engine_core_e054fe49,node_agent_mmd_orchestration_layer_orchestration_tool_cc43149f,node_agent_mmd_tool_layer_toollayer_tooling_baseline__61e66e9f,node_agent_mmd_memory_vector_layer_memorylayer_toolin_14f86b00,node_agent_mmd_orchestration_layer_orchestration_prom_d17b4de2,node_agent_mmd_llm_model_layer_llmlayer_prompt_contex_81f9066a,node_agent_mmd_tool_layer_toollayer_prompt_context_dr_a2772f2b,node_agent_mmd_memory_vector_layer_memorylayer_prompt_ae34fc43,replay_packet_a1293f88,index_12_762ec91b,review_lifecycle_contract_e5447221,review_lifecycle_89afa64c,node_agent_mmd_tool_layer_toollayer_runtime_card_code_3636ceac,node_agent_mmd_memory_vector_layer_memorylayer_runtim_a5d23e7f,runtime_card_codex_runtime_0655e230,runtime_evidence_bundle_d471a232,types_34_85e6a0bb,index_15_99636ec5,projection_1b250ea1,types_36_674380ec,validation_6_097a7ce3 toolNode
+   class node_agent_mmd_orchestration_layer_orchestration_chec_7a9f0b64,node_agent_mmd_llm_model_layer_llmlayer_check_codex_a_29e7b7fa,node_agent_mmd_tool_layer_toollayer_check_codex_agent_4b361d5a,node_agent_mmd_orchestration_layer_orchestration_chec_7fd47f5c,node_agent_mmd_llm_model_layer_llmlayer_check_steerin_0e1bf90d,node_agent_mmd_tool_layer_toollayer_check_steering_fe_eafecf3a,node_agent_mmd_memory_vector_layer_memorylayer_check__64c86928,node_agent_mmd_orchestration_layer_orchestration_run__18817957,node_agent_mmd_llm_model_layer_llmlayer_run_harness_e_603fcfdc,node_agent_mmd_tool_layer_toollayer_run_harness_evals_e2ee24f1,validate_action_review_receipt_fa2f06c3,node_agent_mmd_orchestration_layer_orchestration_vali_c01b04be,node_agent_mmd_llm_model_layer_llmlayer_validate_pack_2a12e1f4,node_agent_mmd_tool_layer_toollayer_validate_packaged_2855c827,validate_replay_packet_f309747e,node_agent_mmd_tool_layer_toollayer_ci_migrate_core_c_049f8460,node_agent_mmd_memory_vector_layer_memorylayer_ci_mig_0cd5b1a4,doctor_checks_5a2eb2b9,doctor_github_tool_checks_a53b0382,doctor_tool_checks_4acac51a,next_blocked_decisions_4140ad2b,policy_gate_213f7313,remediate_cli_output_cc165396,node_agent_mmd_orchestration_layer_orchestration_reme_359fe98f,node_agent_mmd_llm_model_layer_llmlayer_remediate_run_9e3d4585,node_agent_mmd_tool_layer_toollayer_remediate_runner__c003b871,node_agent_mmd_tool_layer_toollayer_review_gate_core__7704598b,node_agent_mmd_memory_vector_layer_memorylayer_review_5bee9816,index_1bc04b52,types_1_4ecdf56e,validation_constants_e002a0f6,validation_98c41dcd,node_agent_mmd_orchestration_layer_orchestration_chec_0550c395,node_agent_mmd_tool_layer_toollayer_checker_checker_2_453d593b,node_agent_mmd_memory_vector_layer_memorylayer_checke_a583eb4f,cli_args_1_6144b055,node_agent_mmd_orchestration_layer_orchestration_comm_6e41a7f7,node_agent_mmd_tool_layer_toollayer_command_capabilit_7fe13db1,node_agent_mmd_tool_layer_toollayer_command_capabilit_e97a4615,node_agent_mmd_memory_vector_layer_memorylayer_comman_c72a5d05,linear_command_actions_e430f4f4,node_agent_mmd_orchestration_layer_orchestration_line_b67affd5,node_agent_mmd_tool_layer_toollayer_linear_command_ru_d6763748,node_agent_mmd_orchestration_layer_orchestration_poli_3270b55d,node_agent_mmd_tool_layer_toollayer_policy_validators_af136abf,node_agent_mmd_memory_vector_layer_memorylayer_policy_1944de42,node_agent_mmd_orchestration_layer_orchestration_type_7cf81261,node_agent_mmd_tool_layer_toollayer_types_core_types__6c8319b6,node_agent_mmd_memory_vector_layer_memorylayer_types__83f369fa,node_agent_mmd_orchestration_layer_orchestration_vali_d9fe99e6,node_agent_mmd_tool_layer_toollayer_validator_core_va_6ef6131f,node_agent_mmd_memory_vector_layer_memorylayer_valida_41034356,validator_helpers_7b927667,node_agent_mmd_orchestration_layer_orchestration_he_p_fc778c24,node_agent_mmd_tool_layer_toollayer_he_phase_exit_cor_af016160,ralph_runtime_73d63c0e,observed_skill_usage_ed7d5930,closure_evidence_aaa31467,pr_creator_dc6b1ea4,client_948fe603,init_output_360dce91,scaffold_ci_templates_2afd6392,scaffold_codex_environment_templates_334fbbed,scaffold_config_templates_4b80ce53,node_agent_mmd_orchestration_layer_orchestration_scaf_c9a90c2f,node_agent_mmd_tool_layer_toollayer_scaffold_environm_c1afc013,node_agent_mmd_memory_vector_layer_memorylayer_scaffo_12b42341,scaffold_github_actions_pr_pipeline_renderer_1ee18de5,scaffold_github_actions_pr_pipeline_template_e2b85f62,scaffold_release_private_npm_template_075499f8,node_agent_mmd_llm_model_layer_llmlayer_constants_con_c9bd3f6c,node_agent_mmd_tool_layer_toollayer_constants_constan_9d71b829,index_8_6f0f20ec,validation_common_6161e48b,node_agent_mmd_tool_layer_toollayer_cli_cli_2_1_32d9eeaf,node_agent_mmd_memory_vector_layer_memorylayer_cli_cl_1f1f89ab,node_agent_mmd_tool_layer_toollayer_metrics_tracker_m_4c9237d8,node_agent_mmd_memory_vector_layer_memorylayer_metric_12562178,normalise_renderer_85f2e563,evaluation_engine_core_e054fe49,node_agent_mmd_orchestration_layer_orchestration_tool_cc43149f,node_agent_mmd_tool_layer_toollayer_tooling_baseline__61e66e9f,node_agent_mmd_memory_vector_layer_memorylayer_toolin_14f86b00,node_agent_mmd_orchestration_layer_orchestration_prom_d17b4de2,node_agent_mmd_llm_model_layer_llmlayer_prompt_contex_81f9066a,node_agent_mmd_tool_layer_toollayer_prompt_context_dr_a2772f2b,node_agent_mmd_memory_vector_layer_memorylayer_prompt_ae34fc43,replay_packet_a1293f88,index_13_97df39c8,review_lifecycle_contract_e5447221,review_lifecycle_89afa64c,node_agent_mmd_tool_layer_toollayer_runtime_card_code_3636ceac,node_agent_mmd_memory_vector_layer_memorylayer_runtim_a5d23e7f,runtime_card_codex_runtime_0655e230,runtime_evidence_bundle_d471a232,types_35_93e66c64,index_16_373c8a49,projection_1b250ea1,types_37_32ccf9f9,validation_7_c4e6d8b6 toolNode
  classDef memNode fill:#555,color:#fff
-   class node_agent_mmd_orchestration_layer_orchestration_chec_7fd47f5c,node_agent_mmd_llm_model_layer_llmlayer_check_steerin_0e1bf90d,node_agent_mmd_tool_layer_toollayer_check_steering_fe_eafecf3a,node_agent_mmd_memory_vector_layer_memorylayer_check__64c86928,normalize_workflow_contracts_8701f1c8,sync_codex_preflight_7e7a8dc2,test_harness_upgrade_matrix_84113c4e,node_agent_mmd_llm_model_layer_llmlayer_validate_prom_9880f764,node_agent_mmd_memory_vector_layer_memorylayer_valida_c52c4db8,validate_runtime_packet_schemas_bc3ba8ec,validate_workflow_contracts_33dc063c,branch_protect_core_a8feb0fd,node_agent_mmd_tool_layer_toollayer_ci_migrate_core_c_049f8460,node_agent_mmd_memory_vector_layer_memorylayer_ci_mig_0cd5b1a4,context_health_80bb7da9,node_agent_mmd_llm_model_layer_llmlayer_context_conte_ad2dfbd9,node_agent_mmd_memory_vector_layer_memorylayer_contex_78ceaaa9,docs_gate_core_eb9b6c18,node_agent_mmd_llm_model_layer_llmlayer_index_context_1041bd11,node_agent_mmd_memory_vector_layer_memorylayer_index__6f3402d0,local_memory_preflight_dcc36c42,memory_gate_a577a506,pattern_scope_siblings_43abe000,review_context_ca6cf81d,node_agent_mmd_tool_layer_toollayer_review_gate_core__7704598b,node_agent_mmd_memory_vector_layer_memorylayer_review_5bee9816,node_agent_mmd_llm_model_layer_llmlayer_search_search_66b9a911,node_agent_mmd_memory_vector_layer_memorylayer_search_ac35cb7e,session_context_e5ec72c0,node_agent_mmd_orchestration_layer_orchestration_tool_acfe0c01,node_agent_mmd_memory_vector_layer_memorylayer_toolin_a1185b8f,run_local_memory_preflight_36e92808,node_agent_mmd_orchestration_layer_orchestration_chec_0550c395,node_agent_mmd_tool_layer_toollayer_checker_checker_2_453d593b,node_agent_mmd_memory_vector_layer_memorylayer_checke_a583eb4f,node_agent_mmd_orchestration_layer_orchestration_cont_61b3b9c9,node_agent_mmd_llm_model_layer_llmlayer_context_healt_cfc0bfa8,node_agent_mmd_memory_vector_layer_memorylayer_contex_3204aa0e,node_agent_mmd_orchestration_layer_orchestration_type_4f906dcc,node_agent_mmd_memory_vector_layer_memorylayer_types__9ad640a0,branch_protect_sync_570adb18,node_agent_mmd_tool_layer_toollayer_command_capabilit_e97a4615,node_agent_mmd_memory_vector_layer_memorylayer_comman_c72a5d05,node_agent_mmd_orchestration_layer_orchestration_comm_1f8cc24c,node_agent_mmd_llm_model_layer_llmlayer_command_specs_782af9fa,node_agent_mmd_memory_vector_layer_memorylayer_comman_111eb454,local_memory_preflight_command_spec_9e23f3ce,memory_gate_command_spec_dc9001a9,review_gate_command_spec_3187376a,session_context_command_spec_973afbb1,node_agent_mmd_llm_model_layer_llmlayer_constants_con_c9bd3f6c,node_agent_mmd_memory_vector_layer_memorylayer_consta_702d3f46,context_compact_policy_3dcaf95d,node_agent_mmd_llm_model_layer_llmlayer_index_index_1_02e160ff,node_agent_mmd_memory_vector_layer_memorylayer_index__752bc61e,node_agent_mmd_llm_model_layer_llmlayer_indexer_index_4f4deef5,node_agent_mmd_memory_vector_layer_memorylayer_indexe_93e6d86f,init_error_5c7dd49f,lexical_fallback_723e2b3e,node_agent_mmd_llm_model_layer_llmlayer_ollama_ollama_968b23fa,node_agent_mmd_memory_vector_layer_memorylayer_ollama_6d51be16,rollout_a4fa034c,sources_878a52fc,store_824d80d7,node_agent_mmd_llm_model_layer_llmlayer_sync_contract_9f3cc8c1,node_agent_mmd_memory_vector_layer_memorylayer_sync_c_e43418bc,types_7_2f1ed65e,harness_run_context_ac7c77a9,index_3_7e40d474,json_schema_core_96d7e328,node_agent_mmd_orchestration_layer_orchestration_poli_3270b55d,node_agent_mmd_tool_layer_toollayer_policy_validators_af136abf,node_agent_mmd_memory_vector_layer_memorylayer_policy_1944de42,node_agent_mmd_orchestration_layer_orchestration_type_7cf81261,node_agent_mmd_tool_layer_toollayer_types_core_types__6c8319b6,node_agent_mmd_memory_vector_layer_memorylayer_types__83f369fa,node_agent_mmd_orchestration_layer_orchestration_vali_d9fe99e6,node_agent_mmd_tool_layer_toollayer_validator_core_va_6ef6131f,node_agent_mmd_memory_vector_layer_memorylayer_valida_41034356,node_agent_mmd_orchestration_layer_orchestration_init_2a9c3ecb,node_agent_mmd_memory_vector_layer_memorylayer_init_m_333d02c5,node_agent_mmd_orchestration_layer_orchestration_proj_6ab6f60f,node_agent_mmd_memory_vector_layer_memorylayer_projec_3ae304d9,scaffold_diagram_templates_dd88e83c,node_agent_mmd_orchestration_layer_orchestration_scaf_12cc07db,node_agent_mmd_memory_vector_layer_memorylayer_scaffo_5fd73b94,node_agent_mmd_orchestration_layer_orchestration_scaf_c9a90c2f,node_agent_mmd_tool_layer_toollayer_scaffold_environm_c1afc013,node_agent_mmd_memory_vector_layer_memorylayer_scaffo_12b42341,scaffold_root_command_templates_404fed7f,scaffold_script_template_registry_69312d4e,scaffold_shell_templates_0ad0f915,scaffold_surfaces_12d6494e,node_agent_mmd_orchestration_layer_orchestration_scaf_ff8f92f6,node_agent_mmd_memory_vector_layer_memorylayer_scaffo_a86eece1,scaffold_workflow_template_92310587,eval_seed_5699fd3e,index_8_6f0f20ec,review_context_1_e3afed15,memory_gate_1_265164ac,branch_enforcer_acb749cd,cli_args_5_09ea29f0,node_agent_mmd_tool_layer_toollayer_cli_cli_2_1_32d9eeaf,node_agent_mmd_memory_vector_layer_memorylayer_cli_cl_1f1f89ab,node_agent_mmd_tool_layer_toollayer_metrics_tracker_m_4c9237d8,node_agent_mmd_memory_vector_layer_memorylayer_metric_12562178,types_17_ed30531c,validator_4_5180cf23,node_agent_mmd_orchestration_layer_orchestration_clas_899b821a,node_agent_mmd_memory_vector_layer_memorylayer_classi_1ebbf5ff,node_agent_mmd_orchestration_layer_orchestration_tool_cc43149f,node_agent_mmd_tool_layer_toollayer_tooling_baseline__61e66e9f,node_agent_mmd_memory_vector_layer_memorylayer_toolin_14f86b00,claim_helpers_20dc8387,types_22_f3cf4a73,local_memory_smoke_1175abfc,local_memory_0db17ecc,performance_overload_c685bfcf,node_agent_mmd_orchestration_layer_orchestration_sugg_85c5ebe3,node_agent_mmd_memory_vector_layer_memorylayer_sugges_267f408d,node_agent_mmd_orchestration_layer_orchestration_prom_d17b4de2,node_agent_mmd_llm_model_layer_llmlayer_prompt_contex_81f9066a,node_agent_mmd_tool_layer_toollayer_prompt_context_dr_a2772f2b,node_agent_mmd_memory_vector_layer_memorylayer_prompt_ae34fc43,node_agent_mmd_llm_model_layer_llmlayer_prompt_contex_6426acc2,node_agent_mmd_memory_vector_layer_memorylayer_prompt_55c0d605,types_29_929d5a70,policy_1_fc4198db,node_agent_mmd_tool_layer_toollayer_runtime_card_code_3636ceac,node_agent_mmd_memory_vector_layer_memorylayer_runtim_a5d23e7f,cli_11_338a8415,collector_0736fd5b,types_32_bfe791ff,overload_guard_2748c559 memNode
+   class node_agent_mmd_orchestration_layer_orchestration_chec_7fd47f5c,node_agent_mmd_llm_model_layer_llmlayer_check_steerin_0e1bf90d,node_agent_mmd_tool_layer_toollayer_check_steering_fe_eafecf3a,node_agent_mmd_memory_vector_layer_memorylayer_check__64c86928,normalize_workflow_contracts_8701f1c8,sync_codex_preflight_7e7a8dc2,test_harness_upgrade_matrix_84113c4e,node_agent_mmd_llm_model_layer_llmlayer_validate_prom_9880f764,node_agent_mmd_memory_vector_layer_memorylayer_valida_c52c4db8,validate_runtime_packet_schemas_bc3ba8ec,validate_workflow_contracts_33dc063c,branch_protect_core_a8feb0fd,node_agent_mmd_tool_layer_toollayer_ci_migrate_core_c_049f8460,node_agent_mmd_memory_vector_layer_memorylayer_ci_mig_0cd5b1a4,context_health_80bb7da9,node_agent_mmd_llm_model_layer_llmlayer_context_conte_ad2dfbd9,node_agent_mmd_memory_vector_layer_memorylayer_contex_78ceaaa9,docs_gate_core_eb9b6c18,node_agent_mmd_llm_model_layer_llmlayer_index_context_1041bd11,node_agent_mmd_memory_vector_layer_memorylayer_index__6f3402d0,local_memory_preflight_dcc36c42,memory_gate_a577a506,pattern_scope_siblings_43abe000,review_context_ca6cf81d,node_agent_mmd_tool_layer_toollayer_review_gate_core__7704598b,node_agent_mmd_memory_vector_layer_memorylayer_review_5bee9816,node_agent_mmd_llm_model_layer_llmlayer_search_search_66b9a911,node_agent_mmd_memory_vector_layer_memorylayer_search_ac35cb7e,session_context_e5ec72c0,node_agent_mmd_orchestration_layer_orchestration_tool_acfe0c01,node_agent_mmd_memory_vector_layer_memorylayer_toolin_a1185b8f,run_local_memory_preflight_36e92808,node_agent_mmd_orchestration_layer_orchestration_chec_0550c395,node_agent_mmd_tool_layer_toollayer_checker_checker_2_453d593b,node_agent_mmd_memory_vector_layer_memorylayer_checke_a583eb4f,node_agent_mmd_orchestration_layer_orchestration_cont_61b3b9c9,node_agent_mmd_llm_model_layer_llmlayer_context_healt_cfc0bfa8,node_agent_mmd_memory_vector_layer_memorylayer_contex_3204aa0e,node_agent_mmd_orchestration_layer_orchestration_type_4f906dcc,node_agent_mmd_memory_vector_layer_memorylayer_types__9ad640a0,branch_protect_sync_570adb18,node_agent_mmd_tool_layer_toollayer_command_capabilit_e97a4615,node_agent_mmd_memory_vector_layer_memorylayer_comman_c72a5d05,node_agent_mmd_orchestration_layer_orchestration_comm_1f8cc24c,node_agent_mmd_llm_model_layer_llmlayer_command_specs_782af9fa,node_agent_mmd_memory_vector_layer_memorylayer_comman_111eb454,local_memory_preflight_command_spec_9e23f3ce,memory_gate_command_spec_dc9001a9,review_gate_command_spec_3187376a,session_context_command_spec_973afbb1,node_agent_mmd_llm_model_layer_llmlayer_constants_con_c9bd3f6c,node_agent_mmd_memory_vector_layer_memorylayer_consta_702d3f46,context_compact_policy_3dcaf95d,node_agent_mmd_llm_model_layer_llmlayer_index_index_1_02e160ff,node_agent_mmd_memory_vector_layer_memorylayer_index__752bc61e,node_agent_mmd_llm_model_layer_llmlayer_indexer_index_4f4deef5,node_agent_mmd_memory_vector_layer_memorylayer_indexe_93e6d86f,init_error_5c7dd49f,lexical_fallback_723e2b3e,node_agent_mmd_llm_model_layer_llmlayer_ollama_ollama_968b23fa,node_agent_mmd_memory_vector_layer_memorylayer_ollama_6d51be16,rollout_a4fa034c,sources_878a52fc,store_824d80d7,node_agent_mmd_llm_model_layer_llmlayer_sync_contract_9f3cc8c1,node_agent_mmd_memory_vector_layer_memorylayer_sync_c_e43418bc,types_7_2f1ed65e,harness_run_context_ac7c77a9,index_3_7e40d474,json_schema_core_96d7e328,node_agent_mmd_orchestration_layer_orchestration_poli_3270b55d,node_agent_mmd_tool_layer_toollayer_policy_validators_af136abf,node_agent_mmd_memory_vector_layer_memorylayer_policy_1944de42,node_agent_mmd_orchestration_layer_orchestration_type_7cf81261,node_agent_mmd_tool_layer_toollayer_types_core_types__6c8319b6,node_agent_mmd_memory_vector_layer_memorylayer_types__83f369fa,node_agent_mmd_orchestration_layer_orchestration_vali_d9fe99e6,node_agent_mmd_tool_layer_toollayer_validator_core_va_6ef6131f,node_agent_mmd_memory_vector_layer_memorylayer_valida_41034356,node_agent_mmd_orchestration_layer_orchestration_init_2a9c3ecb,node_agent_mmd_memory_vector_layer_memorylayer_init_m_333d02c5,node_agent_mmd_orchestration_layer_orchestration_proj_6ab6f60f,node_agent_mmd_memory_vector_layer_memorylayer_projec_3ae304d9,scaffold_diagram_templates_dd88e83c,node_agent_mmd_orchestration_layer_orchestration_scaf_12cc07db,node_agent_mmd_memory_vector_layer_memorylayer_scaffo_5fd73b94,node_agent_mmd_orchestration_layer_orchestration_scaf_c9a90c2f,node_agent_mmd_tool_layer_toollayer_scaffold_environm_c1afc013,node_agent_mmd_memory_vector_layer_memorylayer_scaffo_12b42341,scaffold_root_command_templates_404fed7f,scaffold_script_template_registry_69312d4e,scaffold_shell_templates_0ad0f915,scaffold_surfaces_12d6494e,node_agent_mmd_orchestration_layer_orchestration_scaf_ff8f92f6,node_agent_mmd_memory_vector_layer_memorylayer_scaffo_a86eece1,scaffold_workflow_template_92310587,eval_seed_5699fd3e,index_9_32dd4d91,review_context_1_e3afed15,memory_gate_1_265164ac,branch_enforcer_acb749cd,cli_args_5_09ea29f0,node_agent_mmd_tool_layer_toollayer_cli_cli_2_1_32d9eeaf,node_agent_mmd_memory_vector_layer_memorylayer_cli_cl_1f1f89ab,node_agent_mmd_tool_layer_toollayer_metrics_tracker_m_4c9237d8,node_agent_mmd_memory_vector_layer_memorylayer_metric_12562178,types_18_37582e2a,validator_4_5180cf23,node_agent_mmd_orchestration_layer_orchestration_clas_899b821a,node_agent_mmd_memory_vector_layer_memorylayer_classi_1ebbf5ff,node_agent_mmd_orchestration_layer_orchestration_tool_cc43149f,node_agent_mmd_tool_layer_toollayer_tooling_baseline__61e66e9f,node_agent_mmd_memory_vector_layer_memorylayer_toolin_14f86b00,claim_helpers_20dc8387,types_23_4352ee2e,local_memory_smoke_1175abfc,local_memory_0db17ecc,performance_overload_c685bfcf,node_agent_mmd_orchestration_layer_orchestration_sugg_85c5ebe3,node_agent_mmd_memory_vector_layer_memorylayer_sugges_267f408d,node_agent_mmd_orchestration_layer_orchestration_prom_d17b4de2,node_agent_mmd_llm_model_layer_llmlayer_prompt_contex_81f9066a,node_agent_mmd_tool_layer_toollayer_prompt_context_dr_a2772f2b,node_agent_mmd_memory_vector_layer_memorylayer_prompt_ae34fc43,node_agent_mmd_llm_model_layer_llmlayer_prompt_contex_6426acc2,node_agent_mmd_memory_vector_layer_memorylayer_prompt_55c0d605,types_30_424b976c,policy_1_fc4198db,node_agent_mmd_tool_layer_toollayer_runtime_card_code_3636ceac,node_agent_mmd_memory_vector_layer_memorylayer_runtim_a5d23e7f,cli_11_338a8415,collector_0736fd5b,types_33_16e22a82,overload_guard_2748c559 memNode
